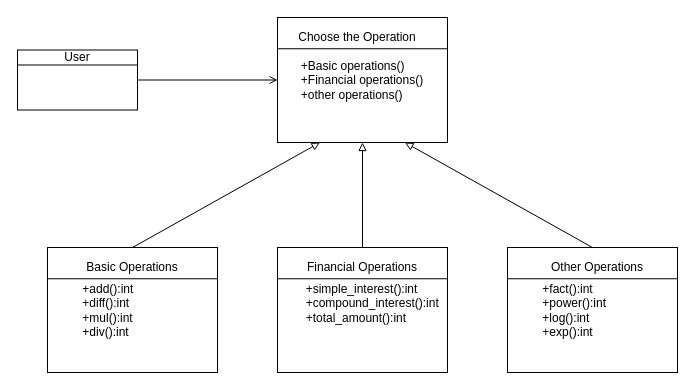
This is Untitled Diagram.drawio from 28-shravya/Hello__world, a draw.io file, before an edit. Source tidied: cells renumbered, new cells numbered last; positions are measured from the earlier drawing's top-left corner, leaving out a move shared by most shapes. Both pictures are drawn from the tidied source at 100%, with x=0, y=0 at pixel (17, 17).
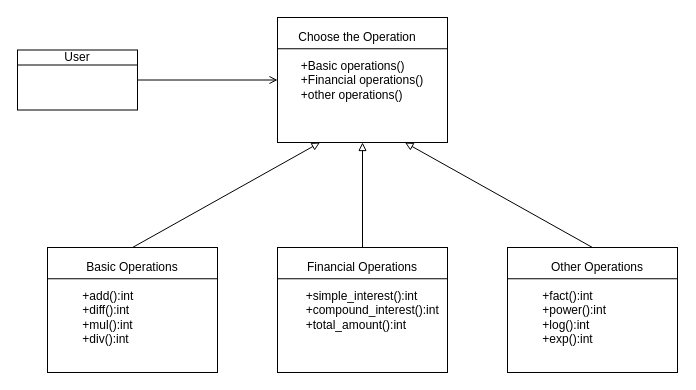
Above is the later version.

What changed in the source:
```diff
@@
-    <mxCell id="7" value="&lt;div&gt;&lt;span&gt;&amp;nbsp; &amp;nbsp; &amp;nbsp; &amp;nbsp; &amp;nbsp; +add():int&lt;/span&gt;&lt;br&gt;&lt;/div&gt;&lt;div&gt;&lt;span&gt;&amp;nbsp; &amp;nbsp; &amp;nbsp; &amp;nbsp; &amp;nbsp; +diff():int&lt;/span&gt;&lt;/div&gt;&lt;div&gt;&lt;span&gt;&amp;nbsp; &amp;nbsp; &amp;nbsp; &amp;nbsp; &amp;nbsp; +mul():int&lt;/span&gt;&lt;/div&gt;&lt;div&gt;&lt;span&gt;&amp;nbsp; &amp;nbsp; &amp;nbsp; &amp;nbsp; &amp;nbsp; +div():int&lt;/span&gt;&lt;/div&gt;" style="rounded=0;whiteSpace=wrap;html=1;align=left;" parent="1" vertex="1">
+    <mxCell id="7" value="&lt;div&gt;&lt;span&gt;&lt;br&gt;&lt;/span&gt;&lt;/div&gt;&lt;div&gt;&lt;span&gt;&amp;nbsp; &amp;nbsp; &amp;nbsp; &amp;nbsp; &amp;nbsp; +add():int&lt;/span&gt;&lt;br&gt;&lt;/div&gt;&lt;div&gt;&lt;span&gt;&amp;nbsp; &amp;nbsp; &amp;nbsp; &amp;nbsp; &amp;nbsp; +diff():int&lt;/span&gt;&lt;/div&gt;&lt;div&gt;&lt;span&gt;&amp;nbsp; &amp;nbsp; &amp;nbsp; &amp;nbsp; &amp;nbsp; +mul():int&lt;/span&gt;&lt;/div&gt;&lt;div&gt;&lt;span&gt;&amp;nbsp; &amp;nbsp; &amp;nbsp; &amp;nbsp; &amp;nbsp; +div():int&lt;/span&gt;&lt;/div&gt;" style="rounded=0;whiteSpace=wrap;html=1;align=left;" parent="1" vertex="1">
       <mxGeometry x="30" y="230" width="170" height="125" as="geometry" />
     </mxCell>
@@
-    <mxCell id="10" value="&lt;div&gt;&lt;div&gt;&amp;nbsp; &amp;nbsp; &amp;nbsp; &amp;nbsp; +simple_interest():int&lt;br&gt;&lt;/div&gt;&lt;div&gt;&amp;nbsp; &amp;nbsp; &amp;nbsp; &amp;nbsp; +compound_interest():int&lt;/div&gt;&lt;div&gt;&amp;nbsp; &amp;nbsp; &amp;nbsp; &amp;nbsp; +total_amount():int&lt;/div&gt;&lt;div&gt;&amp;nbsp; &amp;nbsp; &amp;nbsp; &amp;nbsp; &amp;nbsp;&amp;nbsp;&lt;/div&gt;&lt;/div&gt;" style="rounded=0;whiteSpace=wrap;html=1;align=left;" parent="1" vertex="1">
+    <mxCell id="10" value="&lt;div&gt;&lt;div&gt;&lt;br&gt;&lt;/div&gt;&lt;div&gt;&amp;nbsp; &amp;nbsp; &amp;nbsp; &amp;nbsp; +simple_interest():int&lt;br&gt;&lt;/div&gt;&lt;div&gt;&amp;nbsp; &amp;nbsp; &amp;nbsp; &amp;nbsp; +compound_interest():int&lt;/div&gt;&lt;div&gt;&amp;nbsp; &amp;nbsp; &amp;nbsp; &amp;nbsp; +total_amount():int&lt;/div&gt;&lt;div&gt;&amp;nbsp; &amp;nbsp; &amp;nbsp; &amp;nbsp; &amp;nbsp;&amp;nbsp;&lt;/div&gt;&lt;/div&gt;" style="rounded=0;whiteSpace=wrap;html=1;align=left;" parent="1" vertex="1">
       <mxGeometry x="260" y="230" width="170" height="125" as="geometry" />
     </mxCell>
@@
-    <mxCell id="13" value="&lt;div&gt;&lt;div&gt;&amp;nbsp; &amp;nbsp; &amp;nbsp; &amp;nbsp; &amp;nbsp; +fact():int&lt;br&gt;&lt;/div&gt;&lt;div&gt;&amp;nbsp; &amp;nbsp; &amp;nbsp; &amp;nbsp; &amp;nbsp; +power():int&lt;/div&gt;&lt;div&gt;&amp;nbsp; &amp;nbsp; &amp;nbsp; &amp;nbsp; &amp;nbsp; +log():int&lt;/div&gt;&lt;div&gt;&amp;nbsp; &amp;nbsp; &amp;nbsp; &amp;nbsp; &amp;nbsp; +exp():int&lt;/div&gt;&lt;/div&gt;" style="rounded=0;whiteSpace=wrap;html=1;align=left;" parent="1" vertex="1">
+    <mxCell id="13" value="&lt;div&gt;&lt;div&gt;&lt;br&gt;&lt;/div&gt;&lt;div&gt;&amp;nbsp; &amp;nbsp; &amp;nbsp; &amp;nbsp; &amp;nbsp; +fact():int&lt;br&gt;&lt;/div&gt;&lt;div&gt;&amp;nbsp; &amp;nbsp; &amp;nbsp; &amp;nbsp; &amp;nbsp; +power():int&lt;/div&gt;&lt;div&gt;&amp;nbsp; &amp;nbsp; &amp;nbsp; &amp;nbsp; &amp;nbsp; +log():int&lt;/div&gt;&lt;div&gt;&amp;nbsp; &amp;nbsp; &amp;nbsp; &amp;nbsp; &amp;nbsp; +exp():int&lt;/div&gt;&lt;/div&gt;" style="rounded=0;whiteSpace=wrap;html=1;align=left;" parent="1" vertex="1">
       <mxGeometry x="490" y="230" width="170" height="125" as="geometry" />
     </mxCell>
```
